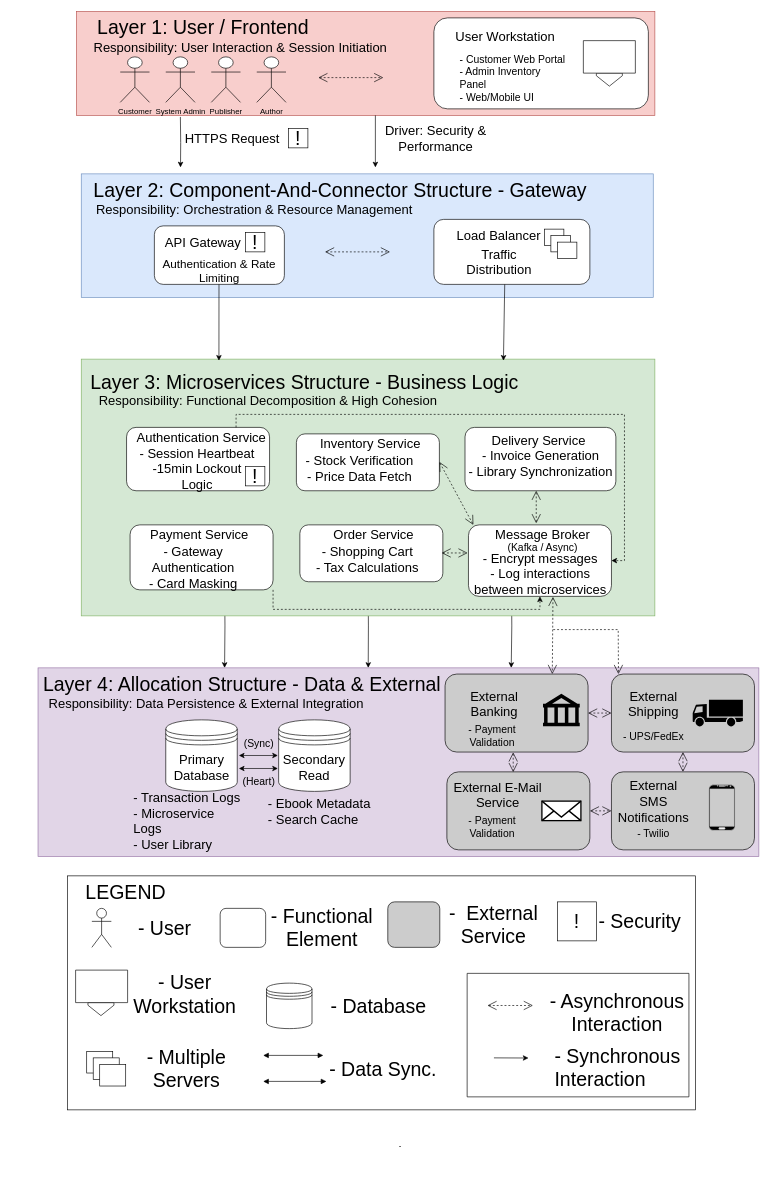
This is Untitled Diagram.drawio from noleysc/collab-assigment, a draw.io file, before an edit. Source tidied: cells renumbered, new cells numbered last; positions are measured from the earlier drawing's top-left corner, leaving out a move shared by most shapes. Both pictures are drawn from the tidied source at 65%, with x=0, y=0 at pixel (11, 11).
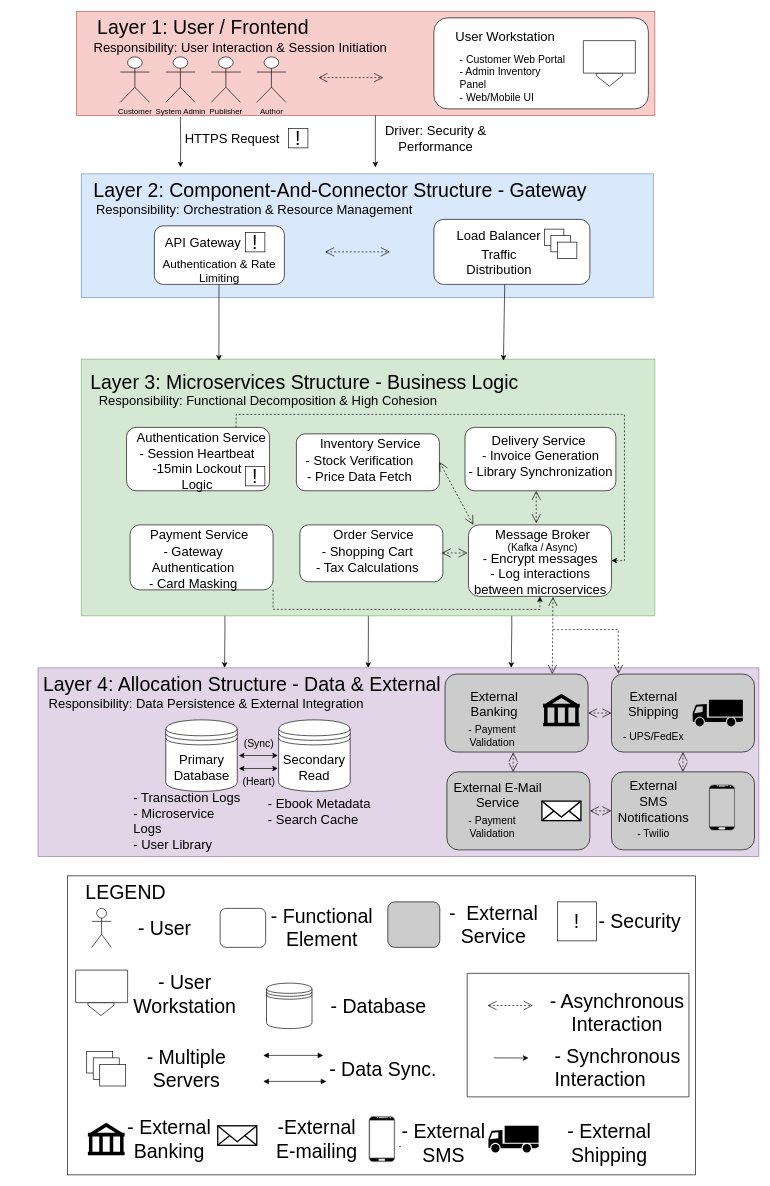
The same diagram, later.

Change to the diagram source:
```diff
@@
     <mxCell id="2" style="rounded=0;whiteSpace=wrap;html=1;" parent="1" vertex="1">
-      <mxGeometry x="86.2" y="1330" width="966.2" height="360" as="geometry" />
+      <mxGeometry x="86.2" y="1330" width="966.2" height="460" as="geometry" />
     </mxCell>
@@
+    <mxCell id="127" style="shape=mxgraph.signs.travel.bank;html=1;fillColor=#000000;strokeColor=none;verticalLabelPosition=bottom;verticalAlign=top;align=center;" parent="1" vertex="1">
+      <mxGeometry x="117.7" y="1710" width="56.5" height="50" as="geometry" />
+    </mxCell>
+    <mxCell id="128" style="html=1;verticalLabelPosition=bottom;align=center;labelBackgroundColor=#ffffff;verticalAlign=top;strokeWidth=2;strokeColor=#000000;shadow=0;dashed=0;shape=mxgraph.ios7.icons.mail;" parent="1" vertex="1">
+      <mxGeometry x="317.5" y="1714.5" width="60" height="30" as="geometry" />
+    </mxCell>
+    <mxCell id="129" style="verticalLabelPosition=bottom;verticalAlign=top;html=1;shadow=0;dashed=0;strokeWidth=1;shape=mxgraph.android.phone2;strokeColor=#c0c0c0;fillColor=#000000;" parent="1" vertex="1">
+      <mxGeometry x="550" y="1700" width="40" height="70" as="geometry" />
+    </mxCell>
+    <mxCell id="130" style="shape=mxgraph.signs.transportation.truck_1;html=1;fillColor=#000000;strokeColor=none;verticalLabelPosition=bottom;verticalAlign=top;align=center;" parent="1" vertex="1">
+      <mxGeometry x="733.9" y="1714.5" width="77.2" height="41" as="geometry" />
+    </mxCell>
+    <mxCell id="131" value="&lt;font style=&quot;font-size: 30px;&quot;&gt;- External Banking&lt;/font&gt;" style="text;html=1;whiteSpace=wrap;strokeColor=none;fillColor=none;align=center;verticalAlign=middle;rounded=0;" parent="1" vertex="1">
+      <mxGeometry x="153.8" y="1720" width="177.5" height="30" as="geometry" />
+    </mxCell>
+    <mxCell id="132" value="&lt;font style=&quot;font-size: 30px;&quot;&gt;-External E-mailing&lt;/font&gt;" style="text;html=1;whiteSpace=wrap;strokeColor=none;fillColor=none;align=center;verticalAlign=middle;rounded=0;" parent="1" vertex="1">
+      <mxGeometry x="395.1" y="1720" width="150" height="30" as="geometry" />
+    </mxCell>
+    <mxCell id="133" value="&lt;font style=&quot;font-size: 30px;&quot;&gt;- External SMS&lt;/font&gt;" style="text;html=1;whiteSpace=wrap;strokeColor=none;fillColor=none;align=center;verticalAlign=middle;rounded=0;" parent="1" vertex="1">
+      <mxGeometry x="590" y="1725.5" width="150" height="30" as="geometry" />
+    </mxCell>
+    <mxCell id="134" value="&lt;font style=&quot;font-size: 30px;&quot;&gt;- External Shipping&lt;/font&gt;" style="text;html=1;whiteSpace=wrap;strokeColor=none;fillColor=none;align=center;verticalAlign=middle;rounded=0;" parent="1" vertex="1">
+      <mxGeometry x="840.4" y="1725.5" width="160" height="30" as="geometry" />
+    </mxCell>
```
